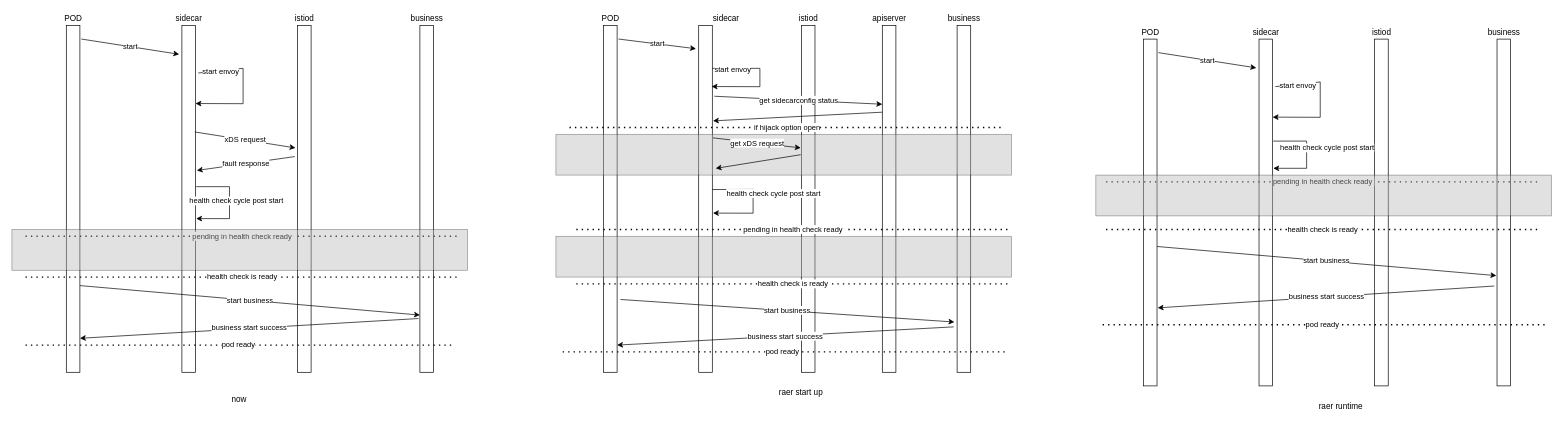
Above: mesh/sidecar-startup.drawio in yueyangtian/draw (draw.io), before the change. Source tidied: cells renumbered, new cells numbered last; positions are measured from the earlier drawing's top-left corner, leaving out a move shared by most shapes. Both pictures are drawn from the tidied source at 68%, with x=0, y=0 at pixel (12, 12).
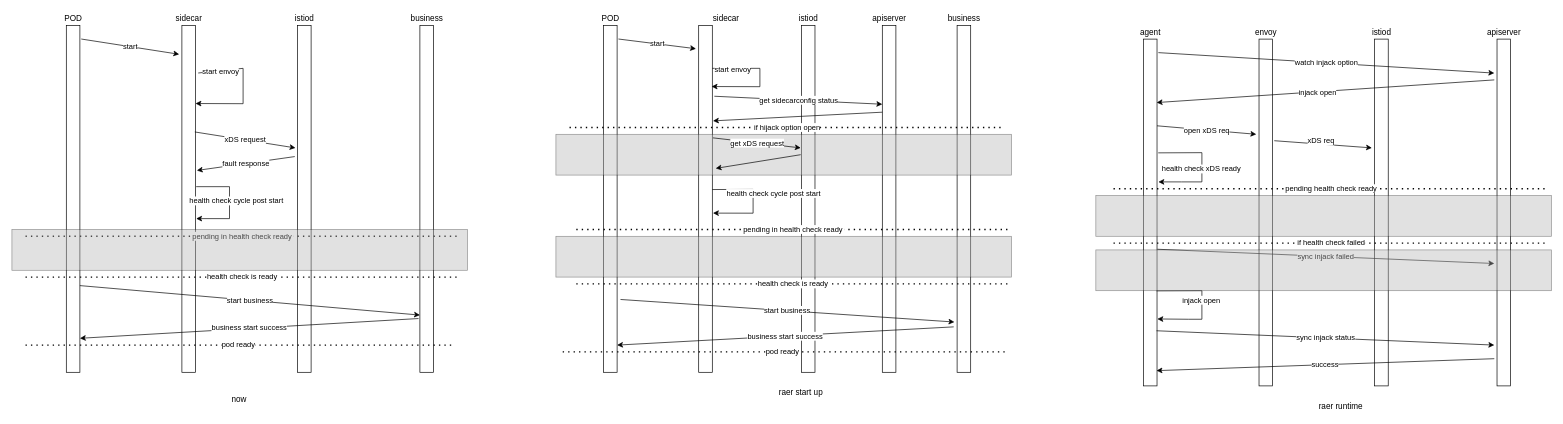
The same diagram, later.

Unchanged cells that the change refers to:
```xml
<mxCell id="45" style="rounded=0;whiteSpace=wrap;html=1;" parent="1" vertex="1">
  <mxGeometry x="1664" y="40" width="20" height="510" as="geometry" />
</mxCell>
<mxCell id="46" style="rounded=0;whiteSpace=wrap;html=1;" parent="1" vertex="1">
  <mxGeometry x="1834" y="40" width="20" height="510" as="geometry" />
</mxCell>
<mxCell id="48" style="rounded=0;whiteSpace=wrap;html=1;" parent="1" vertex="1">
  <mxGeometry x="2184" y="40" width="20" height="510" as="geometry" />
</mxCell>
```

Diff of the diagram source:
```diff
@@
-    <mxCell id="49" value="POD" style="text;html=1;align=center;verticalAlign=middle;strokeColor=none;fillColor=none;" parent="1" vertex="1">
-      <mxGeometry x="1654" y="20" width="40" height="20" as="geometry" />
+    <mxCell id="49" value="agent" style="text;html=1;align=center;verticalAlign=middle;strokeColor=none;fillColor=none;" parent="1" vertex="1">
+      <mxGeometry x="1649" y="20" width="50" height="20" as="geometry" />
     </mxCell>
-    <mxCell id="50" value="sidecar" style="text;html=1;align=center;verticalAlign=middle;strokeColor=none;fillColor=none;" parent="1" vertex="1">
+    <mxCell id="50" value="envoy" style="text;html=1;align=center;verticalAlign=middle;strokeColor=none;fillColor=none;" parent="1" vertex="1">
       <mxGeometry x="1819" y="20" width="50" height="20" as="geometry" />
     </mxCell>
@@
-    <mxCell id="52" value="business" style="text;html=1;align=center;verticalAlign=middle;strokeColor=none;fillColor=none;" parent="1" vertex="1">
+    <mxCell id="52" value="apiserver" style="text;html=1;align=center;verticalAlign=middle;strokeColor=none;fillColor=none;" parent="1" vertex="1">
       <mxGeometry x="2164" y="20" width="60" height="20" as="geometry" />
     </mxCell>
-    <mxCell id="53" value="start" style="endArrow=classic;html=1;rounded=0;exitX=1.1;exitY=0.039;exitDx=0;exitDy=0;exitPerimeter=0;entryX=-0.2;entryY=0.083;entryDx=0;entryDy=0;entryPerimeter=0;" parent="1" edge="1" source="45" target="46">
-      <mxGeometry relative="1" as="geometry" />
+    <mxCell id="53" value="watch injack option" style="endArrow=classic;html=1;rounded=0;exitX=1.1;exitY=0.039;exitDx=0;exitDy=0;exitPerimeter=0;" parent="1" edge="1" source="45">
+      <mxGeometry relative="1" as="geometry">
+        <mxPoint x="2180" y="90" as="targetPoint" />
+      </mxGeometry>
     </mxCell>
-    <mxCell id="54" style="endArrow=classic;html=1;rounded=0;exitX=1.2;exitY=0.137;exitDx=0;exitDy=0;exitPerimeter=0;entryX=1;entryY=0.225;entryDx=0;entryDy=0;entryPerimeter=0;" parent="1" edge="1" source="46" target="46">
-      <mxGeometry relative="1" as="geometry">
-        <Array as="points">
-          <mxPoint x="1924" y="103" />
-          <mxPoint x="1924" y="155" />
-        </Array>
-      </mxGeometry>
-    </mxCell>
-    <mxCell id="55" value="start envoy" style="edgeLabel;html=1;align=center;verticalAlign=middle;" parent="54" vertex="1">
-      <mxGeometry x="-0.65" y="-1" relative="1" as="geometry" />
-    </mxCell>
-    <mxCell id="56" value="health check cycle post start" style="endArrow=classic;html=1;rounded=0;" parent="1" edge="1">
-      <mxGeometry x="-0.14" y="30" relative="1" as="geometry">
-        <mxPoint x="1855" y="190" as="sourcePoint" />
-        <mxPoint x="1855" y="230" as="targetPoint" />
-        <Array as="points">
-          <mxPoint x="1904" y="190" />
-          <mxPoint x="1904" y="230" />
-        </Array>
-      </mxGeometry>
-    </mxCell>
-    <mxCell id="57" value="pending in health check ready&amp;nbsp;" style="endArrow=none;dashed=1;html=1;dashPattern=1 3;strokeWidth=2;rounded=0;" parent="1" edge="1">
-      <mxGeometry relative="1" as="geometry">
-        <mxPoint x="1609" y="250" as="sourcePoint" />
-        <mxPoint x="2249" y="250" as="targetPoint" />
-      </mxGeometry>
-    </mxCell>
-    <mxCell id="58" value="health check is ready&amp;nbsp;" style="endArrow=none;dashed=1;html=1;dashPattern=1 3;strokeWidth=2;rounded=0;" parent="1" edge="1">
-      <mxGeometry relative="1" as="geometry">
-        <mxPoint x="1609" y="320" as="sourcePoint" />
-        <mxPoint x="2249" y="320" as="targetPoint" />
-      </mxGeometry>
-    </mxCell>
-    <mxCell id="59" value="start business" style="endArrow=classic;html=1;rounded=0;entryX=-0.05;entryY=0.682;entryDx=0;entryDy=0;entryPerimeter=0;exitX=1;exitY=0.598;exitDx=0;exitDy=0;exitPerimeter=0;" parent="1" edge="1" source="45" target="48">
-      <mxGeometry relative="1" as="geometry" />
-    </mxCell>
-    <mxCell id="60" value="business start success" style="endArrow=classic;html=1;rounded=0;entryX=1.05;entryY=0.775;entryDx=0;entryDy=0;exitX=-0.2;exitY=0.712;exitDx=0;exitDy=0;exitPerimeter=0;entryPerimeter=0;" parent="1" edge="1" source="48" target="45">
-      <mxGeometry relative="1" as="geometry" />
-    </mxCell>
-    <mxCell id="61" style="endArrow=none;dashed=1;html=1;dashPattern=1 3;strokeWidth=2;rounded=0;" parent="1" edge="1">
-      <mxGeometry relative="1" as="geometry">
-        <mxPoint x="1604" y="460" as="sourcePoint" />
-        <mxPoint x="2254" y="460" as="targetPoint" />
-      </mxGeometry>
-    </mxCell>
-    <mxCell id="62" value="pod ready" style="edgeLabel;html=1;align=center;verticalAlign=middle;" parent="61" vertex="1">
-      <mxGeometry x="-0.01" y="1" relative="1" as="geometry" />
-    </mxCell>
-    <mxCell id="63" style="rounded=0;whiteSpace=wrap;html=1;sketch=0;shadow=0;fillColor=#B3B3B3;gradientColor=none;textOpacity=0;opacity=40;" parent="1" vertex="1">
-      <mxGeometry x="1594" y="240" width="670" height="60" as="geometry" />
-    </mxCell>
@@
+    <mxCell id="72" style="endArrow=classic;html=1;rounded=0;entryX=0.974;entryY=0.183;entryDx=0;entryDy=0;entryPerimeter=0;" parent="1" edge="1" target="45">
+      <mxGeometry relative="1" as="geometry">
+        <mxPoint x="2180" y="100" as="sourcePoint" />
+      </mxGeometry>
+    </mxCell>
+    <mxCell id="73" value="injack open" style="edgeLabel;html=1;align=center;verticalAlign=middle;" parent="72" vertex="1">
+      <mxGeometry x="0.05" y="1" relative="1" as="geometry" />
+    </mxCell>
+    <mxCell id="74" value="open xDS req" style="endArrow=classic;html=1;rounded=0;exitX=1;exitY=0.25;exitDx=0;exitDy=0;" parent="1" edge="1" source="45">
+      <mxGeometry relative="1" as="geometry">
+        <mxPoint x="1830" y="180" as="targetPoint" />
+      </mxGeometry>
+    </mxCell>
+    <mxCell id="75" style="endArrow=classic;html=1;rounded=0;exitX=1.091;exitY=0.328;exitDx=0;exitDy=0;exitPerimeter=0;" parent="1" edge="1" source="45">
+      <mxGeometry relative="1" as="geometry">
+        <mxPoint x="1686" y="250" as="targetPoint" />
+        <Array as="points">
+          <mxPoint x="1750" y="207" />
+          <mxPoint x="1750" y="230" />
+          <mxPoint x="1750" y="250" />
+          <mxPoint x="1720" y="250" />
+        </Array>
+      </mxGeometry>
+    </mxCell>
+    <mxCell id="76" value="health check xDS ready" style="edgeLabel;html=1;align=center;verticalAlign=middle;" parent="75" vertex="1">
+      <mxGeometry x="0.03" y="-2" relative="1" as="geometry" />
+    </mxCell>
+    <mxCell id="77" style="endArrow=classic;html=1;rounded=0;exitX=1.121;exitY=0.293;exitDx=0;exitDy=0;exitPerimeter=0;" parent="1" edge="1" source="46">
+      <mxGeometry relative="1" as="geometry">
+        <mxPoint x="2000" y="200" as="targetPoint" />
+      </mxGeometry>
+    </mxCell>
+    <mxCell id="78" value="xDS req" style="edgeLabel;html=1;align=center;verticalAlign=middle;" parent="77" vertex="1">
+      <mxGeometry x="-0.05" y="5" relative="1" as="geometry" />
+    </mxCell>
+    <mxCell id="79" style="endArrow=classic;html=1;rounded=0;entryX=1.025;entryY=0.807;entryDx=0;entryDy=0;exitX=0.963;exitY=0.726;exitDx=0;exitDy=0;exitPerimeter=0;entryPerimeter=0;" parent="1" edge="1" source="45" target="45">
+      <mxGeometry relative="1" as="geometry">
+        <Array as="points">
+          <mxPoint x="1750" y="410" />
+          <mxPoint x="1750" y="452" />
+          <mxPoint x="1730" y="452" />
+        </Array>
+      </mxGeometry>
+    </mxCell>
+    <mxCell id="80" value="injack open" style="edgeLabel;html=1;align=center;verticalAlign=middle;" parent="79" vertex="1">
+      <mxGeometry x="-0.08" y="-2" relative="1" as="geometry" />
+    </mxCell>
+    <mxCell id="81" value="sync injack status" style="endArrow=classic;html=1;rounded=0;exitX=0.963;exitY=0.841;exitDx=0;exitDy=0;exitPerimeter=0;" parent="1" edge="1" source="45">
+      <mxGeometry relative="1" as="geometry">
+        <mxPoint x="2180" y="490" as="targetPoint" />
+      </mxGeometry>
+    </mxCell>
+    <mxCell id="82" value="success" style="endArrow=classic;html=1;rounded=0;entryX=0.963;entryY=0.956;entryDx=0;entryDy=0;entryPerimeter=0;" parent="1" edge="1" target="45">
+      <mxGeometry relative="1" as="geometry">
+        <mxPoint x="2180" y="510" as="sourcePoint" />
+      </mxGeometry>
+    </mxCell>
+    <mxCell id="83" value="pending health check ready" style="endArrow=none;dashed=1;html=1;dashPattern=1 3;strokeWidth=2;rounded=0;" parent="1" edge="1">
+      <mxGeometry relative="1" as="geometry">
+        <mxPoint x="1620" y="260" as="sourcePoint" />
+        <mxPoint x="2260" y="260" as="targetPoint" />
+      </mxGeometry>
+    </mxCell>
+    <mxCell id="84" style="rounded=0;whiteSpace=wrap;html=1;sketch=0;shadow=0;fillColor=#B3B3B3;gradientColor=none;textOpacity=0;opacity=40;" parent="1" vertex="1">
+      <mxGeometry x="1594" y="270" width="670" height="60" as="geometry" />
+    </mxCell>
+    <mxCell id="85" value="sync injack failed" style="endArrow=classic;html=1;rounded=0;exitX=1.025;exitY=0.606;exitDx=0;exitDy=0;exitPerimeter=0;" parent="1" edge="1" source="45">
+      <mxGeometry relative="1" as="geometry">
+        <mxPoint x="2180" y="370" as="targetPoint" />
+      </mxGeometry>
+    </mxCell>
+    <mxCell id="86" value="if health check failed" style="endArrow=none;dashed=1;html=1;dashPattern=1 3;strokeWidth=2;rounded=0;" parent="1" edge="1">
+      <mxGeometry relative="1" as="geometry">
+        <mxPoint x="1620" y="340" as="sourcePoint" />
+        <mxPoint x="2260" y="340" as="targetPoint" />
+      </mxGeometry>
+    </mxCell>
+    <mxCell id="87" style="rounded=0;whiteSpace=wrap;html=1;sketch=0;shadow=0;fillColor=#B3B3B3;gradientColor=none;textOpacity=0;opacity=40;" parent="1" vertex="1">
+      <mxGeometry x="1594" y="350" width="670" height="60" as="geometry" />
+    </mxCell>
```
